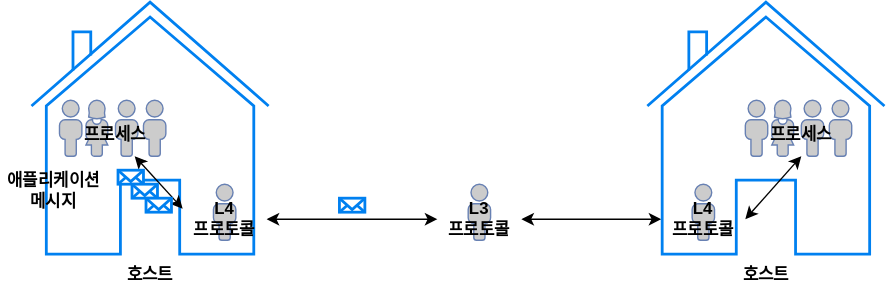
Above: 17/yongki/assets/layer-example.drawio.svg in cs-study-org/cs-study (draw.io), before the change. Source tidied: cells renumbered, new cells last; positions are measured from the earlier drawing's top-left corner, leaving out a move shared by most shapes. Its diagram source:
```xml
<mxGraphModel>
  <root>
    <mxCell id="0" />
    <mxCell id="1" parent="0" />
    <mxCell id="2" style="html=1;verticalLabelPosition=bottom;align=center;labelBackgroundColor=#ffffff;verticalAlign=top;strokeWidth=2;strokeColor=#0080F0;shadow=0;dashed=0;shape=mxgraph.ios7.icons.home;" parent="1" vertex="1">
      <mxGeometry x="22" width="169.4" height="180" as="geometry" />
    </mxCell>
    <mxCell id="3" value="&lt;b&gt;호스트&lt;/b&gt;" style="text;html=1;strokeColor=none;fillColor=none;align=center;verticalAlign=middle;whiteSpace=wrap;rounded=0;" parent="1" vertex="1">
      <mxGeometry x="76.7" y="180" width="60" height="30" as="geometry" />
    </mxCell>
    <mxCell id="4" style="fontColor=#0066CC;verticalAlign=top;verticalLabelPosition=bottom;labelPosition=center;align=center;html=1;outlineConnect=0;fillColor=#CCCCCC;strokeColor=#6881B3;gradientColor=none;gradientDirection=north;strokeWidth=2;shape=mxgraph.networks.user_male;" parent="1" vertex="1">
      <mxGeometry x="42" y="70" width="16" height="40" as="geometry" />
    </mxCell>
    <mxCell id="5" style="fontColor=#0066CC;verticalAlign=top;verticalLabelPosition=bottom;labelPosition=center;align=center;html=1;fillColor=#CCCCCC;strokeColor=#6881B3;gradientColor=none;gradientDirection=north;strokeWidth=2;shape=mxgraph.networks.user_male;" parent="1" vertex="1">
      <mxGeometry x="152" y="130" width="16" height="40" as="geometry" />
    </mxCell>
    <mxCell id="6" style="fontColor=#0066CC;verticalAlign=top;verticalLabelPosition=bottom;labelPosition=center;align=center;html=1;fillColor=#CCCCCC;strokeColor=#6881B3;gradientColor=none;gradientDirection=north;strokeWidth=2;shape=mxgraph.networks.user_male;" parent="1" vertex="1">
      <mxGeometry x="82" y="70" width="16" height="40" as="geometry" />
    </mxCell>
    <mxCell id="7" style="fontColor=#0066CC;verticalAlign=top;verticalLabelPosition=bottom;labelPosition=center;align=center;html=1;fillColor=#CCCCCC;strokeColor=#6881B3;gradientColor=none;gradientDirection=north;strokeWidth=2;shape=mxgraph.networks.user_male;" parent="1" vertex="1">
      <mxGeometry x="102" y="70" width="16" height="40" as="geometry" />
    </mxCell>
    <mxCell id="8" style="fontColor=#0066CC;verticalAlign=top;verticalLabelPosition=bottom;labelPosition=center;align=center;html=1;outlineConnect=0;fillColor=#CCCCCC;strokeColor=#6881B3;gradientColor=none;gradientDirection=north;strokeWidth=2;shape=mxgraph.networks.user_female;" parent="1" vertex="1">
      <mxGeometry x="60.7" y="70" width="16" height="40" as="geometry" />
    </mxCell>
    <mxCell id="9" style="edgeStyle=none;html=1;entryX=0;entryY=0.25;entryDx=0;entryDy=0;startArrow=classic;startFill=1;" parent="1" edge="1" source="10" target="12">
      <mxGeometry relative="1" as="geometry" />
    </mxCell>
    <mxCell id="10" value="&lt;b&gt;프로세스&lt;/b&gt;" style="text;html=1;strokeColor=none;fillColor=none;align=center;verticalAlign=middle;whiteSpace=wrap;rounded=0;" parent="1" vertex="1">
      <mxGeometry x="52" y="80" width="60" height="30" as="geometry" />
    </mxCell>
    <mxCell id="11" style="edgeStyle=none;html=1;exitX=1;exitY=0.5;exitDx=0;exitDy=0;startArrow=classic;startFill=1;" parent="1" edge="1" source="12" target="15">
      <mxGeometry relative="1" as="geometry" />
    </mxCell>
    <mxCell id="12" value="&lt;b&gt;L4 &lt;br&gt;프로토콜&lt;/b&gt;" style="text;html=1;strokeColor=none;fillColor=none;align=center;verticalAlign=middle;whiteSpace=wrap;rounded=0;" parent="1" vertex="1">
      <mxGeometry x="130" y="140" width="60" height="30" as="geometry" />
    </mxCell>
    <mxCell id="13" style="fontColor=#0066CC;verticalAlign=top;verticalLabelPosition=bottom;labelPosition=center;align=center;html=1;fillColor=#CCCCCC;strokeColor=#6881B3;gradientColor=none;gradientDirection=north;strokeWidth=2;shape=mxgraph.networks.user_male;" parent="1" vertex="1">
      <mxGeometry x="334" y="130" width="16" height="40" as="geometry" />
    </mxCell>
    <mxCell id="14" style="edgeStyle=none;html=1;startArrow=classic;startFill=1;" parent="1" edge="1" source="15" target="26">
      <mxGeometry relative="1" as="geometry" />
    </mxCell>
    <mxCell id="15" value="&lt;b&gt;L3&lt;br&gt;프로토콜&lt;/b&gt;" style="text;html=1;strokeColor=none;fillColor=none;align=center;verticalAlign=middle;whiteSpace=wrap;rounded=0;" parent="1" vertex="1">
      <mxGeometry x="312" y="140" width="60" height="30" as="geometry" />
    </mxCell>
    <mxCell id="16" value="&lt;b&gt;애플리케이션 &lt;br&gt;메시지&lt;/b&gt;" style="text;html=1;strokeColor=none;fillColor=none;align=center;verticalAlign=middle;whiteSpace=wrap;rounded=0;" parent="1" vertex="1">
      <mxGeometry x="0.3" y="120" width="76.5" height="30" as="geometry" />
    </mxCell>
    <mxCell id="17" style="html=1;verticalLabelPosition=bottom;align=center;labelBackgroundColor=#ffffff;verticalAlign=top;strokeWidth=2;strokeColor=#0080F0;shadow=0;dashed=0;shape=mxgraph.ios7.icons.home;" parent="1" vertex="1">
      <mxGeometry x="462" width="169.4" height="180" as="geometry" />
    </mxCell>
    <mxCell id="18" value="&lt;b&gt;호스트&lt;/b&gt;" style="text;html=1;strokeColor=none;fillColor=none;align=center;verticalAlign=middle;whiteSpace=wrap;rounded=0;" parent="1" vertex="1">
      <mxGeometry x="516.7" y="180" width="60" height="30" as="geometry" />
    </mxCell>
    <mxCell id="19" style="fontColor=#0066CC;verticalAlign=top;verticalLabelPosition=bottom;labelPosition=center;align=center;html=1;fillColor=#CCCCCC;strokeColor=#6881B3;gradientColor=none;gradientDirection=north;strokeWidth=2;shape=mxgraph.networks.user_male;" parent="1" vertex="1">
      <mxGeometry x="532" y="70" width="16" height="40" as="geometry" />
    </mxCell>
    <mxCell id="20" style="fontColor=#0066CC;verticalAlign=top;verticalLabelPosition=bottom;labelPosition=center;align=center;html=1;fillColor=#CCCCCC;strokeColor=#6881B3;gradientColor=none;gradientDirection=north;strokeWidth=2;shape=mxgraph.networks.user_male;" parent="1" vertex="1">
      <mxGeometry x="494" y="130" width="16" height="40" as="geometry" />
    </mxCell>
    <mxCell id="21" style="fontColor=#0066CC;verticalAlign=top;verticalLabelPosition=bottom;labelPosition=center;align=center;html=1;fillColor=#CCCCCC;strokeColor=#6881B3;gradientColor=none;gradientDirection=north;strokeWidth=2;shape=mxgraph.networks.user_male;" parent="1" vertex="1">
      <mxGeometry x="572" y="70" width="16" height="40" as="geometry" />
    </mxCell>
    <mxCell id="22" style="fontColor=#0066CC;verticalAlign=top;verticalLabelPosition=bottom;labelPosition=center;align=center;html=1;fillColor=#CCCCCC;strokeColor=#6881B3;gradientColor=none;gradientDirection=north;strokeWidth=2;shape=mxgraph.networks.user_male;" parent="1" vertex="1">
      <mxGeometry x="592" y="70" width="16" height="40" as="geometry" />
    </mxCell>
    <mxCell id="23" style="fontColor=#0066CC;verticalAlign=top;verticalLabelPosition=bottom;labelPosition=center;align=center;html=1;fillColor=#CCCCCC;strokeColor=#6881B3;gradientColor=none;gradientDirection=north;strokeWidth=2;shape=mxgraph.networks.user_female;" parent="1" vertex="1">
      <mxGeometry x="550.7" y="70" width="16" height="40" as="geometry" />
    </mxCell>
    <mxCell id="24" style="edgeStyle=none;html=1;exitX=0.5;exitY=1;exitDx=0;exitDy=0;entryX=1;entryY=0.5;entryDx=0;entryDy=0;startArrow=classic;startFill=1;" parent="1" edge="1" source="25" target="26">
      <mxGeometry relative="1" as="geometry" />
    </mxCell>
    <mxCell id="25" value="&lt;b&gt;프로세스&lt;/b&gt;" style="text;html=1;strokeColor=none;fillColor=none;align=center;verticalAlign=middle;whiteSpace=wrap;rounded=0;" parent="1" vertex="1">
      <mxGeometry x="542" y="80" width="60" height="30" as="geometry" />
    </mxCell>
    <mxCell id="26" value="&lt;b&gt;L4 &lt;br&gt;프로토콜&lt;/b&gt;" style="text;html=1;strokeColor=none;fillColor=none;align=center;verticalAlign=middle;whiteSpace=wrap;rounded=0;" parent="1" vertex="1">
      <mxGeometry x="472" y="140" width="60" height="30" as="geometry" />
    </mxCell>
    <mxCell id="27" style="html=1;verticalLabelPosition=bottom;align=center;labelBackgroundColor=#ffffff;verticalAlign=top;strokeWidth=2;strokeColor=#0080F0;shadow=0;dashed=0;shape=mxgraph.ios7.icons.mail;" parent="1" vertex="1">
      <mxGeometry x="83.8" y="120" width="18.2" height="10" as="geometry" />
    </mxCell>
    <mxCell id="28" style="html=1;verticalLabelPosition=bottom;align=center;labelBackgroundColor=#ffffff;verticalAlign=top;strokeWidth=2;strokeColor=#0080F0;shadow=0;dashed=0;shape=mxgraph.ios7.icons.mail;" parent="1" vertex="1">
      <mxGeometry x="93.8" y="130" width="18.2" height="10" as="geometry" />
    </mxCell>
    <mxCell id="29" style="html=1;verticalLabelPosition=bottom;align=center;labelBackgroundColor=#ffffff;verticalAlign=top;strokeWidth=2;strokeColor=#0080F0;shadow=0;dashed=0;shape=mxgraph.ios7.icons.mail;" parent="1" vertex="1">
      <mxGeometry x="103.8" y="140" width="18.2" height="10" as="geometry" />
    </mxCell>
    <mxCell id="30" style="html=1;verticalLabelPosition=bottom;align=center;labelBackgroundColor=#ffffff;verticalAlign=top;strokeWidth=2;strokeColor=#0080F0;shadow=0;dashed=0;shape=mxgraph.ios7.icons.mail;" parent="1" vertex="1">
      <mxGeometry x="242" y="140" width="18.2" height="10" as="geometry" />
    </mxCell>
  </root>
</mxGraphModel>
```
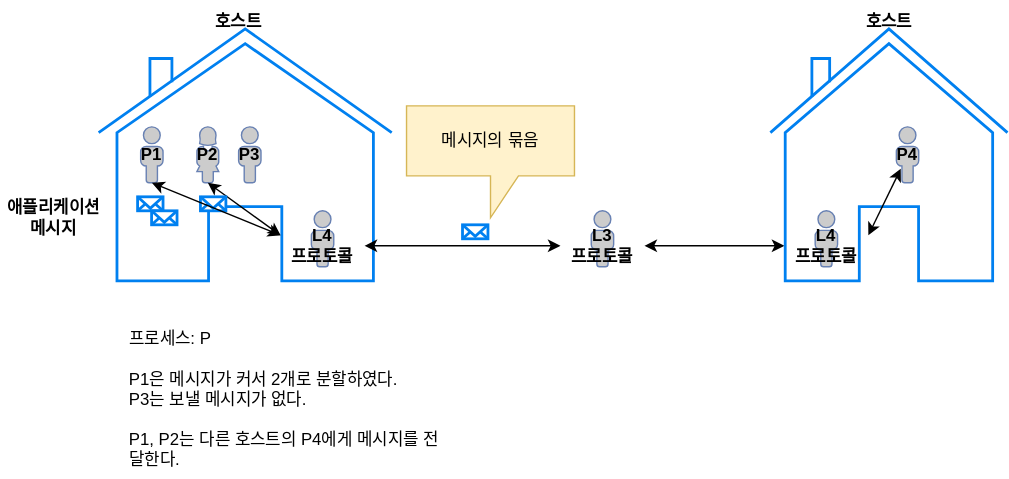
The same diagram one commit later.

What changed in the source:
```diff
@@ -3,37 +3,31 @@
     <mxCell id="0" />
     <mxCell id="1" parent="0" />
     <mxCell id="2" style="html=1;verticalLabelPosition=bottom;align=center;labelBackgroundColor=#ffffff;verticalAlign=top;strokeWidth=2;strokeColor=#0080F0;shadow=0;dashed=0;shape=mxgraph.ios7.icons.home;" parent="1" vertex="1">
-      <mxGeometry x="22" width="169.4" height="180" as="geometry" />
+      <mxGeometry x="-18" width="209.4" height="180" as="geometry" />
     </mxCell>
     <mxCell id="3" value="&lt;b&gt;호스트&lt;/b&gt;" style="text;html=1;strokeColor=none;fillColor=none;align=center;verticalAlign=middle;whiteSpace=wrap;rounded=0;" parent="1" vertex="1">
-      <mxGeometry x="76.7" y="180" width="60" height="30" as="geometry" />
+      <mxGeometry x="52" y="-20" width="60" height="30" as="geometry" />
     </mxCell>
     <mxCell id="4" style="fontColor=#0066CC;verticalAlign=top;verticalLabelPosition=bottom;labelPosition=center;align=center;html=1;outlineConnect=0;fillColor=#CCCCCC;strokeColor=#6881B3;gradientColor=none;gradientDirection=north;strokeWidth=2;shape=mxgraph.networks.user_male;" parent="1" vertex="1">
-      <mxGeometry x="42" y="70" width="16" height="40" as="geometry" />
+      <mxGeometry x="12" y="70" width="16" height="40" as="geometry" />
     </mxCell>
     <mxCell id="5" style="fontColor=#0066CC;verticalAlign=top;verticalLabelPosition=bottom;labelPosition=center;align=center;html=1;fillColor=#CCCCCC;strokeColor=#6881B3;gradientColor=none;gradientDirection=north;strokeWidth=2;shape=mxgraph.networks.user_male;" parent="1" vertex="1">
-      <mxGeometry x="152" y="130" width="16" height="40" as="geometry" />
+      <mxGeometry x="134" y="130" width="16" height="40" as="geometry" />
     </mxCell>
     <mxCell id="6" style="fontColor=#0066CC;verticalAlign=top;verticalLabelPosition=bottom;labelPosition=center;align=center;html=1;fillColor=#CCCCCC;strokeColor=#6881B3;gradientColor=none;gradientDirection=north;strokeWidth=2;shape=mxgraph.networks.user_male;" parent="1" vertex="1">
       <mxGeometry x="82" y="70" width="16" height="40" as="geometry" />
     </mxCell>
-    <mxCell id="7" style="fontColor=#0066CC;verticalAlign=top;verticalLabelPosition=bottom;labelPosition=center;align=center;html=1;fillColor=#CCCCCC;strokeColor=#6881B3;gradientColor=none;gradientDirection=north;strokeWidth=2;shape=mxgraph.networks.user_male;" parent="1" vertex="1">
-      <mxGeometry x="102" y="70" width="16" height="40" as="geometry" />
-    </mxCell>
     <mxCell id="8" style="fontColor=#0066CC;verticalAlign=top;verticalLabelPosition=bottom;labelPosition=center;align=center;html=1;outlineConnect=0;fillColor=#CCCCCC;strokeColor=#6881B3;gradientColor=none;gradientDirection=north;strokeWidth=2;shape=mxgraph.networks.user_female;" parent="1" vertex="1">
-      <mxGeometry x="60.7" y="70" width="16" height="40" as="geometry" />
+      <mxGeometry x="52" y="70" width="16" height="40" as="geometry" />
     </mxCell>
-    <mxCell id="9" style="edgeStyle=none;html=1;entryX=0;entryY=0.25;entryDx=0;entryDy=0;startArrow=classic;startFill=1;" parent="1" edge="1" source="10" target="12">
+    <mxCell id="9" style="edgeStyle=none;html=1;entryX=0;entryY=0.25;entryDx=0;entryDy=0;startArrow=classic;startFill=1;exitX=0.5;exitY=1;exitDx=0;exitDy=0;exitPerimeter=0;" parent="1" edge="1" source="8" target="12">
       <mxGeometry relative="1" as="geometry" />
     </mxCell>
-    <mxCell id="10" value="&lt;b&gt;프로세스&lt;/b&gt;" style="text;html=1;strokeColor=none;fillColor=none;align=center;verticalAlign=middle;whiteSpace=wrap;rounded=0;" parent="1" vertex="1">
-      <mxGeometry x="52" y="80" width="60" height="30" as="geometry" />
-    </mxCell>
     <mxCell id="11" style="edgeStyle=none;html=1;exitX=1;exitY=0.5;exitDx=0;exitDy=0;startArrow=classic;startFill=1;" parent="1" edge="1" source="12" target="15">
       <mxGeometry relative="1" as="geometry" />
     </mxCell>
     <mxCell id="12" value="&lt;b&gt;L4 &lt;br&gt;프로토콜&lt;/b&gt;" style="text;html=1;strokeColor=none;fillColor=none;align=center;verticalAlign=middle;whiteSpace=wrap;rounded=0;" parent="1" vertex="1">
-      <mxGeometry x="130" y="140" width="60" height="30" as="geometry" />
+      <mxGeometry x="112" y="140" width="60" height="30" as="geometry" />
     </mxCell>
     <mxCell id="13" style="fontColor=#0066CC;verticalAlign=top;verticalLabelPosition=bottom;labelPosition=center;align=center;html=1;fillColor=#CCCCCC;strokeColor=#6881B3;gradientColor=none;gradientDirection=north;strokeWidth=2;shape=mxgraph.networks.user_male;" parent="1" vertex="1">
       <mxGeometry x="334" y="130" width="16" height="40" as="geometry" />
@@ -45,49 +39,58 @@
       <mxGeometry x="312" y="140" width="60" height="30" as="geometry" />
     </mxCell>
     <mxCell id="16" value="&lt;b&gt;애플리케이션 &lt;br&gt;메시지&lt;/b&gt;" style="text;html=1;strokeColor=none;fillColor=none;align=center;verticalAlign=middle;whiteSpace=wrap;rounded=0;" parent="1" vertex="1">
-      <mxGeometry x="0.3" y="120" width="76.5" height="30" as="geometry" />
+      <mxGeometry x="-88" y="120" width="76.5" height="30" as="geometry" />
     </mxCell>
     <mxCell id="17" style="html=1;verticalLabelPosition=bottom;align=center;labelBackgroundColor=#ffffff;verticalAlign=top;strokeWidth=2;strokeColor=#0080F0;shadow=0;dashed=0;shape=mxgraph.ios7.icons.home;" parent="1" vertex="1">
       <mxGeometry x="462" width="169.4" height="180" as="geometry" />
     </mxCell>
     <mxCell id="18" value="&lt;b&gt;호스트&lt;/b&gt;" style="text;html=1;strokeColor=none;fillColor=none;align=center;verticalAlign=middle;whiteSpace=wrap;rounded=0;" parent="1" vertex="1">
-      <mxGeometry x="516.7" y="180" width="60" height="30" as="geometry" />
+      <mxGeometry x="516.7" y="-20" width="60" height="30" as="geometry" />
     </mxCell>
     <mxCell id="19" style="fontColor=#0066CC;verticalAlign=top;verticalLabelPosition=bottom;labelPosition=center;align=center;html=1;fillColor=#CCCCCC;strokeColor=#6881B3;gradientColor=none;gradientDirection=north;strokeWidth=2;shape=mxgraph.networks.user_male;" parent="1" vertex="1">
-      <mxGeometry x="532" y="70" width="16" height="40" as="geometry" />
+      <mxGeometry x="552" y="70" width="16" height="40" as="geometry" />
     </mxCell>
     <mxCell id="20" style="fontColor=#0066CC;verticalAlign=top;verticalLabelPosition=bottom;labelPosition=center;align=center;html=1;fillColor=#CCCCCC;strokeColor=#6881B3;gradientColor=none;gradientDirection=north;strokeWidth=2;shape=mxgraph.networks.user_male;" parent="1" vertex="1">
       <mxGeometry x="494" y="130" width="16" height="40" as="geometry" />
     </mxCell>
-    <mxCell id="21" style="fontColor=#0066CC;verticalAlign=top;verticalLabelPosition=bottom;labelPosition=center;align=center;html=1;fillColor=#CCCCCC;strokeColor=#6881B3;gradientColor=none;gradientDirection=north;strokeWidth=2;shape=mxgraph.networks.user_male;" parent="1" vertex="1">
-      <mxGeometry x="572" y="70" width="16" height="40" as="geometry" />
-    </mxCell>
-    <mxCell id="22" style="fontColor=#0066CC;verticalAlign=top;verticalLabelPosition=bottom;labelPosition=center;align=center;html=1;fillColor=#CCCCCC;strokeColor=#6881B3;gradientColor=none;gradientDirection=north;strokeWidth=2;shape=mxgraph.networks.user_male;" parent="1" vertex="1">
-      <mxGeometry x="592" y="70" width="16" height="40" as="geometry" />
-    </mxCell>
-    <mxCell id="23" style="fontColor=#0066CC;verticalAlign=top;verticalLabelPosition=bottom;labelPosition=center;align=center;html=1;fillColor=#CCCCCC;strokeColor=#6881B3;gradientColor=none;gradientDirection=north;strokeWidth=2;shape=mxgraph.networks.user_female;" parent="1" vertex="1">
-      <mxGeometry x="550.7" y="70" width="16" height="40" as="geometry" />
-    </mxCell>
-    <mxCell id="24" style="edgeStyle=none;html=1;exitX=0.5;exitY=1;exitDx=0;exitDy=0;entryX=1;entryY=0.5;entryDx=0;entryDy=0;startArrow=classic;startFill=1;" parent="1" edge="1" source="25" target="26">
-      <mxGeometry relative="1" as="geometry" />
-    </mxCell>
-    <mxCell id="25" value="&lt;b&gt;프로세스&lt;/b&gt;" style="text;html=1;strokeColor=none;fillColor=none;align=center;verticalAlign=middle;whiteSpace=wrap;rounded=0;" parent="1" vertex="1">
-      <mxGeometry x="542" y="80" width="60" height="30" as="geometry" />
+    <mxCell id="25" value="&lt;b&gt;P4&lt;/b&gt;" style="text;html=1;strokeColor=none;fillColor=none;align=center;verticalAlign=middle;whiteSpace=wrap;rounded=0;" parent="1" vertex="1">
+      <mxGeometry x="550" y="80" width="20" height="20" as="geometry" />
     </mxCell>
+    <mxCell id="31" style="edgeStyle=none;html=1;exitX=1;exitY=0.25;exitDx=0;exitDy=0;startArrow=classic;startFill=1;" parent="1" edge="1" source="26" target="25">
+      <mxGeometry relative="1" as="geometry" />
+    </mxCell>
     <mxCell id="26" value="&lt;b&gt;L4 &lt;br&gt;프로토콜&lt;/b&gt;" style="text;html=1;strokeColor=none;fillColor=none;align=center;verticalAlign=middle;whiteSpace=wrap;rounded=0;" parent="1" vertex="1">
       <mxGeometry x="472" y="140" width="60" height="30" as="geometry" />
     </mxCell>
     <mxCell id="27" style="html=1;verticalLabelPosition=bottom;align=center;labelBackgroundColor=#ffffff;verticalAlign=top;strokeWidth=2;strokeColor=#0080F0;shadow=0;dashed=0;shape=mxgraph.ios7.icons.mail;" parent="1" vertex="1">
-      <mxGeometry x="83.8" y="120" width="18.2" height="10" as="geometry" />
+      <mxGeometry x="9.8" y="120" width="18.2" height="10" as="geometry" />
     </mxCell>
     <mxCell id="28" style="html=1;verticalLabelPosition=bottom;align=center;labelBackgroundColor=#ffffff;verticalAlign=top;strokeWidth=2;strokeColor=#0080F0;shadow=0;dashed=0;shape=mxgraph.ios7.icons.mail;" parent="1" vertex="1">
-      <mxGeometry x="93.8" y="130" width="18.2" height="10" as="geometry" />
+      <mxGeometry x="54.7" y="120" width="18.2" height="10" as="geometry" />
     </mxCell>
-    <mxCell id="29" style="html=1;verticalLabelPosition=bottom;align=center;labelBackgroundColor=#ffffff;verticalAlign=top;strokeWidth=2;strokeColor=#0080F0;shadow=0;dashed=0;shape=mxgraph.ios7.icons.mail;" parent="1" vertex="1">
-      <mxGeometry x="103.8" y="140" width="18.2" height="10" as="geometry" />
-    </mxCell>
     <mxCell id="30" style="html=1;verticalLabelPosition=bottom;align=center;labelBackgroundColor=#ffffff;verticalAlign=top;strokeWidth=2;strokeColor=#0080F0;shadow=0;dashed=0;shape=mxgraph.ios7.icons.mail;" parent="1" vertex="1">
       <mxGeometry x="242" y="140" width="18.2" height="10" as="geometry" />
     </mxCell>
+    <mxCell id="32" style="html=1;verticalLabelPosition=bottom;align=center;labelBackgroundColor=#ffffff;verticalAlign=top;strokeWidth=2;strokeColor=#0080F0;shadow=0;dashed=0;shape=mxgraph.ios7.icons.mail;" parent="1" vertex="1">
+      <mxGeometry x="19.8" y="130" width="18.2" height="10" as="geometry" />
+    </mxCell>
+    <mxCell id="33" style="edgeStyle=none;html=1;startArrow=classic;startFill=1;exitX=0.5;exitY=1;exitDx=0;exitDy=0;exitPerimeter=0;entryX=0;entryY=0.25;entryDx=0;entryDy=0;" parent="1" edge="1" source="4" target="12">
+      <mxGeometry relative="1" as="geometry" />
+    </mxCell>
+    <mxCell id="34" value="메시지의 묶음" style="shape=callout;whiteSpace=wrap;html=1;perimeter=calloutPerimeter;fillColor=#fff2cc;strokeColor=#d6b656;" parent="1" vertex="1">
+      <mxGeometry x="202" y="55" width="120" height="80" as="geometry" />
+    </mxCell>
+    <mxCell id="35" value="&lt;div&gt;프로세스: P&lt;/div&gt;&lt;div&gt;&lt;br&gt;&lt;/div&gt;&lt;span style=&quot;font-weight: bold&quot;&gt;&lt;span style=&quot;font-weight: normal&quot;&gt;P1은 메시지가 커서 2개로 분할하였다.&lt;br&gt;P3는 보낼 메시지가 없다.&lt;br&gt;&lt;br&gt;P1, P2는 다른 호스트의 P4에게 메시지를 전달한다.&lt;/span&gt;&lt;br&gt;&lt;/span&gt;" style="text;html=1;strokeColor=none;fillColor=none;align=left;verticalAlign=middle;whiteSpace=wrap;rounded=0;" parent="1" vertex="1">
+      <mxGeometry x="2" y="210" width="234" height="110" as="geometry" />
+    </mxCell>
+    <mxCell id="36" value="&lt;b&gt;P1&lt;/b&gt;" style="text;html=1;strokeColor=none;fillColor=none;align=center;verticalAlign=middle;whiteSpace=wrap;rounded=0;" parent="1" vertex="1">
+      <mxGeometry x="10" y="80" width="20" height="20" as="geometry" />
+    </mxCell>
+    <mxCell id="37" value="&lt;b&gt;P2&lt;/b&gt;" style="text;html=1;strokeColor=none;fillColor=none;align=center;verticalAlign=middle;whiteSpace=wrap;rounded=0;" parent="1" vertex="1">
+      <mxGeometry x="50" y="80" width="20" height="20" as="geometry" />
+    </mxCell>
+    <mxCell id="38" value="&lt;b&gt;P3&lt;/b&gt;" style="text;html=1;strokeColor=none;fillColor=none;align=center;verticalAlign=middle;whiteSpace=wrap;rounded=0;" parent="1" vertex="1">
+      <mxGeometry x="80" y="80" width="20" height="20" as="geometry" />
+    </mxCell>
   </root>
 </mxGraphModel>
```
